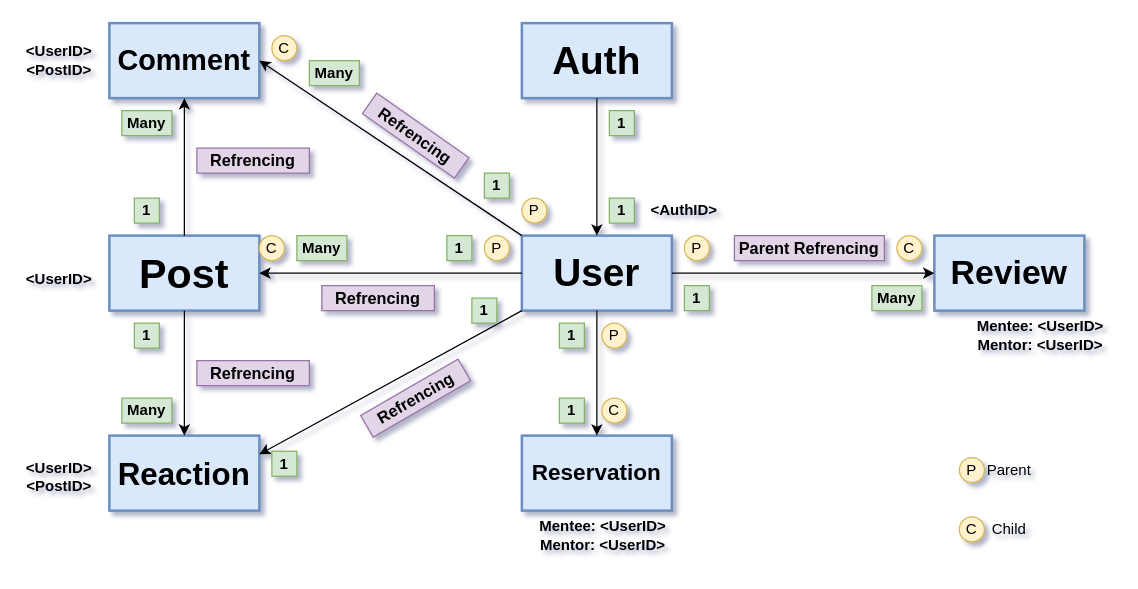
alyQamar/buslah keeps this draw.io diagram as page "DB Collections and relationships" (1 of 2) of server/arch/DB-Schemas.drawio. Above is the earlier version. Source tidied: cells renumbered, new cells numbered last; positions are measured from the earlier drawing's top-left corner, leaving out a move shared by most shapes. Both pictures are drawn from the tidied source at 125%, with x=0, y=0 at pixel (21, 22).
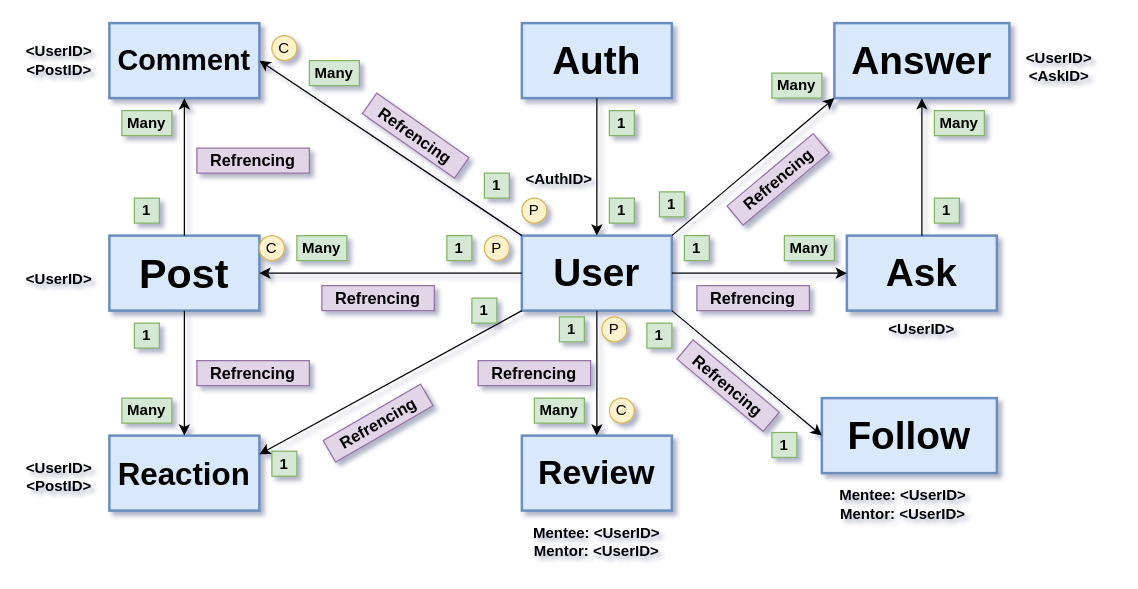
Above is the later version.

Commit message:
Developed ERD diagram

The change refers to these unchanged cells:
```xml
<mxCell id="2" value="User" style="rounded=0;whiteSpace=wrap;html=1;strokeWidth=2;fontSize=31;fontStyle=1;fillColor=#dae8fc;strokeColor=#6c8ebf;" parent="1" vertex="1">
  <mxGeometry x="400" y="170" width="120" height="60" as="geometry" />
</mxCell>
```

What changed in the source:
```diff
@@
     <mxCell id="6" value="Review" style="rounded=0;whiteSpace=wrap;html=1;strokeWidth=2;fontSize=27;fontStyle=1;fillColor=#dae8fc;strokeColor=#6c8ebf;" parent="1" vertex="1">
-      <mxGeometry x="730" y="170" width="120" height="60" as="geometry" />
+      <mxGeometry x="400" y="330" width="120" height="60" as="geometry" />
     </mxCell>
-    <mxCell id="7" value="Reservation" style="rounded=0;whiteSpace=wrap;html=1;strokeWidth=2;fontSize=18;fontStyle=1;fillColor=#dae8fc;strokeColor=#6c8ebf;" parent="1" vertex="1">
-      <mxGeometry x="400" y="330" width="120" height="60" as="geometry" />
-    </mxCell>
@@
-    <mxCell id="11" style="endArrow=classic;html=1;rounded=0;exitX=0.5;exitY=1;exitDx=0;exitDy=0;entryX=0.5;entryY=0;entryDx=0;entryDy=0;" parent="1" edge="1" source="2" target="7">
-      <mxGeometry relative="1" as="geometry" />
-    </mxCell>
@@
-    <mxCell id="13" style="endArrow=classic;html=1;rounded=0;exitX=1;exitY=0.5;exitDx=0;exitDy=0;entryX=0;entryY=0.5;entryDx=0;entryDy=0;" parent="1" edge="1" source="2" target="6">
+    <mxCell id="13" style="endArrow=classic;html=1;rounded=0;exitX=0.5;exitY=1;exitDx=0;exitDy=0;entryX=0.5;entryY=0;entryDx=0;entryDy=0;" parent="1" edge="1" source="2" target="6">
       <mxGeometry relative="1" as="geometry" />
     </mxCell>
@@
-    <mxCell id="17" value="Parent Refrencing" style="text;html=1;align=center;verticalAlign=middle;whiteSpace=wrap;rounded=0;fontSize=13;fontStyle=1;fillColor=#e1d5e7;strokeColor=#9673a6;" parent="1" vertex="1">
-      <mxGeometry x="570" y="170" width="120" height="20" as="geometry" />
-    </mxCell>
-    <mxCell id="18" value="Parent" style="text;html=1;strokeColor=none;fillColor=none;align=center;verticalAlign=middle;whiteSpace=wrap;rounded=0;" parent="1" vertex="1">
-      <mxGeometry x="760" y="342.5" width="60" height="30" as="geometry" />
-    </mxCell>
-    <mxCell id="19" value="Child" style="text;html=1;strokeColor=none;fillColor=none;align=center;verticalAlign=middle;whiteSpace=wrap;rounded=0;" parent="1" vertex="1">
-      <mxGeometry x="760" y="392.5" width="60" height="25" as="geometry" />
-    </mxCell>
-    <mxCell id="20" value="P" style="ellipse;whiteSpace=wrap;html=1;fillColor=#fff2cc;strokeColor=#d6b656;" parent="1" vertex="1">
-      <mxGeometry x="750" y="347.5" width="20" height="20" as="geometry" />
-    </mxCell>
-    <mxCell id="21" value="C" style="ellipse;whiteSpace=wrap;html=1;fillColor=#fff2cc;strokeColor=#d6b656;" parent="1" vertex="1">
-      <mxGeometry x="750" y="395" width="20" height="20" as="geometry" />
-    </mxCell>
     <mxCell id="22" value="P" style="ellipse;whiteSpace=wrap;html=1;fillColor=#fff2cc;strokeColor=#d6b656;" parent="1" vertex="1">
-      <mxGeometry x="530" y="170" width="20" height="20" as="geometry" />
+      <mxGeometry x="464" y="235" width="20" height="20" as="geometry" />
     </mxCell>
-    <mxCell id="23" value="P" style="ellipse;whiteSpace=wrap;html=1;fillColor=#fff2cc;strokeColor=#d6b656;" parent="1" vertex="1">
-      <mxGeometry x="464" y="240" width="20" height="20" as="geometry" />
-    </mxCell>
     <mxCell id="24" value="C" style="ellipse;whiteSpace=wrap;html=1;fillColor=#fff2cc;strokeColor=#d6b656;" parent="1" vertex="1">
-      <mxGeometry x="700" y="170" width="20" height="20" as="geometry" />
+      <mxGeometry x="470" y="300" width="20" height="20" as="geometry" />
     </mxCell>
-    <mxCell id="25" value="C" style="ellipse;whiteSpace=wrap;html=1;fillColor=#fff2cc;strokeColor=#d6b656;" parent="1" vertex="1">
-      <mxGeometry x="464" y="300" width="20" height="20" as="geometry" />
-    </mxCell>
@@
-    <mxCell id="38" value="1" style="text;html=1;strokeColor=#82b366;fillColor=#d5e8d4;align=center;verticalAlign=middle;whiteSpace=wrap;rounded=0;fontStyle=1;" parent="1" vertex="1">
-      <mxGeometry x="430" y="240" width="20" height="20" as="geometry" />
-    </mxCell>
-    <mxCell id="39" value="1" style="text;html=1;strokeColor=#82b366;fillColor=#d5e8d4;align=center;verticalAlign=middle;whiteSpace=wrap;rounded=0;fontStyle=1;" parent="1" vertex="1">
-      <mxGeometry x="430" y="300" width="20" height="20" as="geometry" />
-    </mxCell>
     <mxCell id="40" value="1" style="text;html=1;strokeColor=#82b366;fillColor=#d5e8d4;align=center;verticalAlign=middle;whiteSpace=wrap;rounded=0;fontStyle=1;" parent="1" vertex="1">
-      <mxGeometry x="530" y="210" width="20" height="20" as="geometry" />
+      <mxGeometry x="430" y="235" width="20" height="20" as="geometry" />
     </mxCell>
     <mxCell id="41" value="Many" style="text;html=1;strokeColor=#82b366;fillColor=#d5e8d4;align=center;verticalAlign=middle;whiteSpace=wrap;rounded=0;fontStyle=1;" parent="1" vertex="1">
-      <mxGeometry x="680" y="210" width="40" height="20" as="geometry" />
+      <mxGeometry x="410" y="300" width="40" height="20" as="geometry" />
     </mxCell>
@@
     <mxCell id="47" value="Refrencing" style="text;html=1;align=center;verticalAlign=middle;whiteSpace=wrap;rounded=0;fontSize=13;fontStyle=1;fillColor=#e1d5e7;strokeColor=#9673a6;rotation=-30;" parent="1" vertex="1">
-      <mxGeometry x="270" y="290" width="90" height="20" as="geometry" />
+      <mxGeometry x="240" y="310" width="90" height="20" as="geometry" />
     </mxCell>
@@
     <mxCell id="49" value="&amp;lt;AuthID&amp;gt;" style="text;html=1;strokeColor=none;fillColor=none;align=center;verticalAlign=middle;whiteSpace=wrap;rounded=0;fontStyle=1;" parent="1" vertex="1">
-      <mxGeometry x="500" y="135" width="60" height="30" as="geometry" />
+      <mxGeometry x="400" y="110" width="60" height="30" as="geometry" />
     </mxCell>
     <mxCell id="50" value="Mentee: &amp;lt;UserID&amp;gt;&lt;br&gt;Mentor: &amp;lt;UserID&amp;gt;" style="text;html=1;strokeColor=none;fillColor=none;align=center;verticalAlign=middle;whiteSpace=wrap;rounded=0;fontStyle=1;" parent="1" vertex="1">
-      <mxGeometry x="760" y="235" width="110" height="30" as="geometry" />
+      <mxGeometry x="405" y="400" width="110" height="30" as="geometry" />
     </mxCell>
-    <mxCell id="51" value="Mentee: &amp;lt;UserID&amp;gt;&lt;br&gt;Mentor: &amp;lt;UserID&amp;gt;" style="text;html=1;strokeColor=none;fillColor=none;align=center;verticalAlign=middle;whiteSpace=wrap;rounded=0;fontStyle=1;" parent="1" vertex="1">
-      <mxGeometry x="410" y="395" width="110" height="30" as="geometry" />
-    </mxCell>
@@
+    <mxCell id="57" value="Ask" style="rounded=0;whiteSpace=wrap;html=1;strokeWidth=2;fontSize=31;fontStyle=1;fillColor=#dae8fc;strokeColor=#6c8ebf;" parent="1" vertex="1">
+      <mxGeometry x="660" y="170" width="120" height="60" as="geometry" />
+    </mxCell>
+    <mxCell id="58" value="Answer" style="rounded=0;whiteSpace=wrap;html=1;strokeWidth=2;fontSize=31;fontStyle=1;fillColor=#dae8fc;strokeColor=#6c8ebf;" parent="1" vertex="1">
+      <mxGeometry x="650" width="140" height="60" as="geometry" />
+    </mxCell>
+    <mxCell id="59" value="Follow" style="rounded=0;whiteSpace=wrap;html=1;strokeWidth=2;fontSize=31;fontStyle=1;fillColor=#dae8fc;strokeColor=#6c8ebf;" parent="1" vertex="1">
+      <mxGeometry x="640" y="300" width="140" height="60" as="geometry" />
+    </mxCell>
+    <mxCell id="60" value="Refrencing" style="text;html=1;align=center;verticalAlign=middle;whiteSpace=wrap;rounded=0;fontSize=13;fontStyle=1;fillColor=#e1d5e7;strokeColor=#9673a6;rotation=0;" parent="1" vertex="1">
+      <mxGeometry x="365" y="270" width="90" height="20" as="geometry" />
+    </mxCell>
+    <mxCell id="61" style="endArrow=classic;html=1;rounded=0;exitX=1;exitY=1;exitDx=0;exitDy=0;entryX=0;entryY=0.5;entryDx=0;entryDy=0;" parent="1" edge="1" source="2" target="59">
+      <mxGeometry relative="1" as="geometry" />
+    </mxCell>
+    <mxCell id="62" style="endArrow=classic;html=1;rounded=0;exitX=1;exitY=0.5;exitDx=0;exitDy=0;entryX=0;entryY=0.5;entryDx=0;entryDy=0;" parent="1" edge="1" source="2" target="57">
+      <mxGeometry relative="1" as="geometry" />
+    </mxCell>
+    <mxCell id="63" style="endArrow=classic;html=1;rounded=0;exitX=1;exitY=0;exitDx=0;exitDy=0;entryX=0;entryY=1;entryDx=0;entryDy=0;" parent="1" edge="1" source="2" target="58">
+      <mxGeometry relative="1" as="geometry" />
+    </mxCell>
+    <mxCell id="64" style="endArrow=classic;html=1;rounded=0;exitX=0.5;exitY=0;exitDx=0;exitDy=0;entryX=0.5;entryY=1;entryDx=0;entryDy=0;" parent="1" edge="1" source="57" target="58">
+      <mxGeometry relative="1" as="geometry" />
+    </mxCell>
+    <mxCell id="65" value="1" style="text;html=1;strokeColor=#82b366;fillColor=#d5e8d4;align=center;verticalAlign=middle;whiteSpace=wrap;rounded=0;fontStyle=1;" parent="1" vertex="1">
+      <mxGeometry x="510" y="135" width="20" height="20" as="geometry" />
+    </mxCell>
+    <mxCell id="66" value="1" style="text;html=1;strokeColor=#82b366;fillColor=#d5e8d4;align=center;verticalAlign=middle;whiteSpace=wrap;rounded=0;fontStyle=1;" parent="1" vertex="1">
+      <mxGeometry x="530" y="170" width="20" height="20" as="geometry" />
+    </mxCell>
+    <mxCell id="67" value="1" style="text;html=1;strokeColor=#82b366;fillColor=#d5e8d4;align=center;verticalAlign=middle;whiteSpace=wrap;rounded=0;fontStyle=1;" parent="1" vertex="1">
+      <mxGeometry x="500" y="240" width="20" height="20" as="geometry" />
+    </mxCell>
+    <mxCell id="68" value="Many" style="text;html=1;strokeColor=#82b366;fillColor=#d5e8d4;align=center;verticalAlign=middle;whiteSpace=wrap;rounded=0;fontStyle=1;" parent="1" vertex="1">
+      <mxGeometry x="610" y="170" width="40" height="20" as="geometry" />
+    </mxCell>
+    <mxCell id="69" value="Many" style="text;html=1;strokeColor=#82b366;fillColor=#d5e8d4;align=center;verticalAlign=middle;whiteSpace=wrap;rounded=0;fontStyle=1;" parent="1" vertex="1">
+      <mxGeometry x="730" y="70" width="40" height="20" as="geometry" />
+    </mxCell>
+    <mxCell id="70" value="Many" style="text;html=1;strokeColor=#82b366;fillColor=#d5e8d4;align=center;verticalAlign=middle;whiteSpace=wrap;rounded=0;fontStyle=1;" parent="1" vertex="1">
+      <mxGeometry x="600" y="40" width="40" height="20" as="geometry" />
+    </mxCell>
+    <mxCell id="71" value="1" style="text;html=1;strokeColor=#82b366;fillColor=#d5e8d4;align=center;verticalAlign=middle;whiteSpace=wrap;rounded=0;fontStyle=1;" parent="1" vertex="1">
+      <mxGeometry x="730" y="140" width="20" height="20" as="geometry" />
+    </mxCell>
+    <mxCell id="72" value="1" style="text;html=1;strokeColor=#82b366;fillColor=#d5e8d4;align=center;verticalAlign=middle;whiteSpace=wrap;rounded=0;fontStyle=1;" parent="1" vertex="1">
+      <mxGeometry x="600" y="327.5" width="20" height="20" as="geometry" />
+    </mxCell>
+    <mxCell id="51" value="Mentee: &amp;lt;UserID&amp;gt;&lt;br&gt;Mentor: &amp;lt;UserID&amp;gt;" style="text;html=1;strokeColor=none;fillColor=none;align=center;verticalAlign=middle;whiteSpace=wrap;rounded=0;fontStyle=1;" parent="1" vertex="1">
+      <mxGeometry x="650" y="370" width="110" height="30" as="geometry" />
+    </mxCell>
+    <mxCell id="73" value="&amp;lt;UserID&amp;gt;" style="text;html=1;strokeColor=none;fillColor=none;align=center;verticalAlign=middle;whiteSpace=wrap;rounded=0;fontStyle=1;" parent="1" vertex="1">
+      <mxGeometry x="685" y="230" width="70" height="30" as="geometry" />
+    </mxCell>
+    <mxCell id="74" value="&amp;lt;UserID&amp;gt;&lt;br&gt;&amp;lt;AskID&amp;gt;" style="text;html=1;strokeColor=none;fillColor=none;align=center;verticalAlign=middle;whiteSpace=wrap;rounded=0;fontStyle=1;" parent="1" vertex="1">
+      <mxGeometry x="800" y="20" width="60" height="30" as="geometry" />
+    </mxCell>
+    <mxCell id="75" value="Refrencing" style="text;html=1;align=center;verticalAlign=middle;whiteSpace=wrap;rounded=0;fontSize=13;fontStyle=1;fillColor=#e1d5e7;strokeColor=#9673a6;rotation=40;" parent="1" vertex="1">
+      <mxGeometry x="520" y="280" width="90" height="20" as="geometry" />
+    </mxCell>
+    <mxCell id="76" value="Refrencing" style="text;html=1;align=center;verticalAlign=middle;whiteSpace=wrap;rounded=0;fontSize=13;fontStyle=1;fillColor=#e1d5e7;strokeColor=#9673a6;rotation=-40;" parent="1" vertex="1">
+      <mxGeometry x="560" y="115" width="90" height="20" as="geometry" />
+    </mxCell>
+    <mxCell id="77" value="Refrencing" style="text;html=1;align=center;verticalAlign=middle;whiteSpace=wrap;rounded=0;fontSize=13;fontStyle=1;fillColor=#e1d5e7;strokeColor=#9673a6;rotation=0;" parent="1" vertex="1">
+      <mxGeometry x="540" y="210" width="90" height="20" as="geometry" />
+    </mxCell>
```
